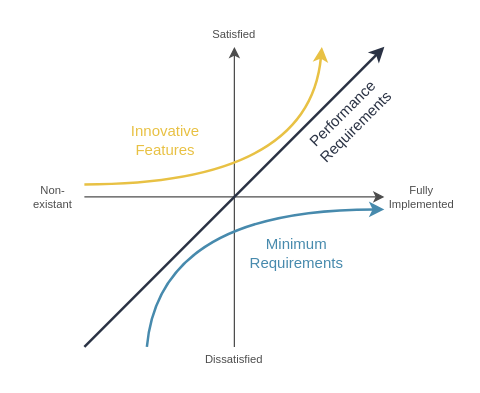
The draw.io diagram page "kano" (1 of 3) of assets/docs/posts/2025/kano.drawio in Woolfrey/woolfrey.github.io, before the edit. Source tidied: cells renumbered, new cells numbered last; positions are measured from the earlier drawing's top-left corner, leaving out a move shared by most shapes. Both pictures are drawn from the tidied source at 125%, with x=0, y=0 at pixel (21, 21).
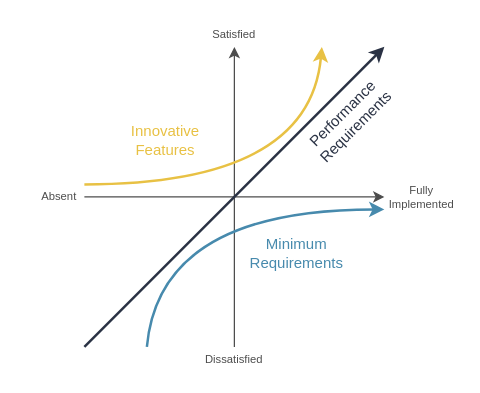
Above is the later version.

Change to the diagram source:
```diff
@@
-    <mxCell id="5" value="Non-&lt;br&gt;existant" style="text;html=1;strokeColor=none;fillColor=none;align=center;verticalAlign=middle;whiteSpace=wrap;rounded=0;fontColor=#4D4D4D;fontSize=9;" parent="1" vertex="1">
-      <mxGeometry y="130" width="50" height="20" as="geometry" />
+    <mxCell id="5" value="Absent" style="text;html=1;strokeColor=none;fillColor=none;align=center;verticalAlign=middle;whiteSpace=wrap;rounded=0;fontColor=#4D4D4D;fontSize=9;" parent="1" vertex="1">
+      <mxGeometry x="10" y="130" width="40" height="20" as="geometry" />
     </mxCell>
```
